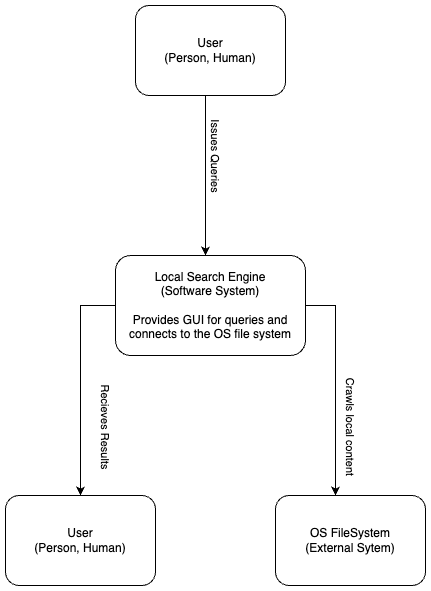
Above: Diagrams/System_Context.png in IonutCornea12/Search_Engine (draw.io), before the change. Source tidied: cells renumbered, new cells last; positions are measured from the earlier drawing's top-left corner, leaving out a move shared by most shapes.
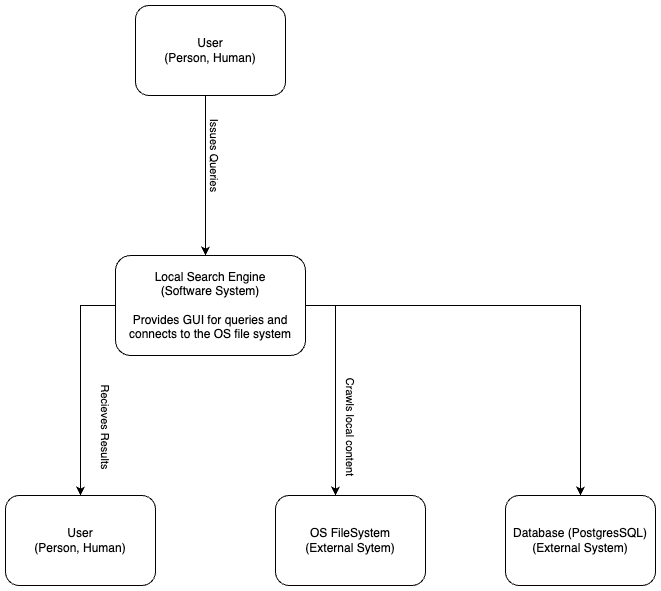
Above is the later version.

The edit, as a diff of the source:
```diff
@@ -16,6 +16,9 @@
         </Array>
       </mxGeometry>
     </mxCell>
+    <mxCell id="12" style="edgeStyle=orthogonalEdgeStyle;rounded=0;jettySize=auto;html=1;exitX=1;exitY=0.5;exitDx=0;exitDy=0;entryX=0.5;entryY=0;entryDx=0;entryDy=0;" parent="1" edge="1" source="4" target="13">
+      <mxGeometry relative="1" as="geometry" />
+    </mxCell>
     <mxCell id="4" value="Local Search Engine&lt;div&gt;(Software System)&lt;/div&gt;&lt;div&gt;&lt;br&gt;&lt;/div&gt;&lt;div&gt;Provides GUI for queries and connects to the OS file system&lt;/div&gt;" style="rounded=1;whiteSpace=wrap;html=1;" parent="1" vertex="1">
       <mxGeometry x="110" y="250" width="190" height="100" as="geometry" />
     </mxCell>
@@ -47,5 +50,8 @@
     <mxCell id="11" value="Recieves Results" style="edgeLabel;html=1;align=center;verticalAlign=middle;rotation=90;" parent="1" vertex="1">
       <mxGeometry x="100" y="420.5" as="geometry" />
     </mxCell>
+    <mxCell id="13" value="Database (PostgresSQL)&lt;div&gt;(External System)&lt;/div&gt;" style="rounded=1;whiteSpace=wrap;html=1;" parent="1" vertex="1">
+      <mxGeometry x="500" y="490" width="150" height="90" as="geometry" />
+    </mxCell>
   </root>
 </mxGraphModel>
```
